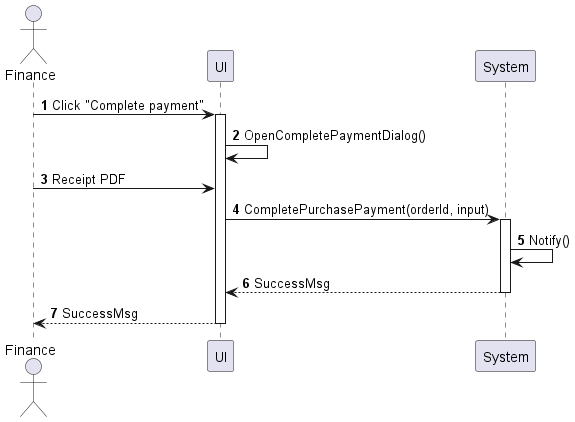
Above: sequences/purchase-order-complete-payment.png in phihungha/scmss-reqs (PlantUML), before the change. Source of this version:
```plantuml
@startuml purchase-order-complete-payment
autonumber

actor "Finance" as a
participant UI as f
participant System as b

a -> f : Click "Complete payment"
activate f
f -> f : OpenCompletePaymentDialog()
a -> f : Receipt PDF
f -> b : CompletePurchasePayment(orderId, input)
activate b
b -> b : Notify()
return SuccessMsg
return SuccessMsg
@enduml
```
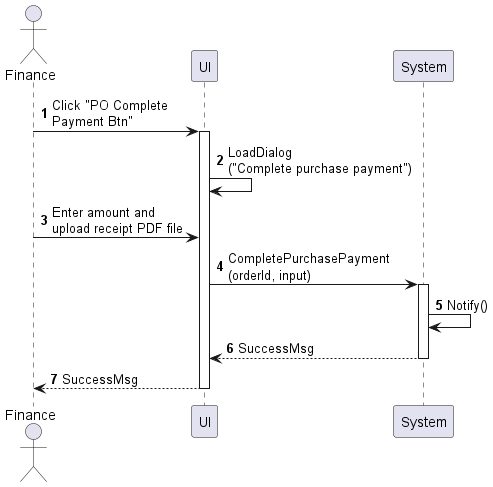
After the change.

The edit, as a diff of the source:
```diff
@@ -5,11 +5,11 @@
 participant UI as f
 participant System as b
 
-a -> f : Click "Complete payment"
+a -> f : Click "PO Complete\nPayment Btn"
 activate f
-f -> f : OpenCompletePaymentDialog()
-a -> f : Receipt PDF
-f -> b : CompletePurchasePayment(orderId, input)
+f -> f : LoadDialog\n("Complete purchase payment")
+a -> f : Enter amount and\nupload receipt PDF file
+f -> b : CompletePurchasePayment\n(orderId, input)
 activate b
 b -> b : Notify()
 return SuccessMsg
```
